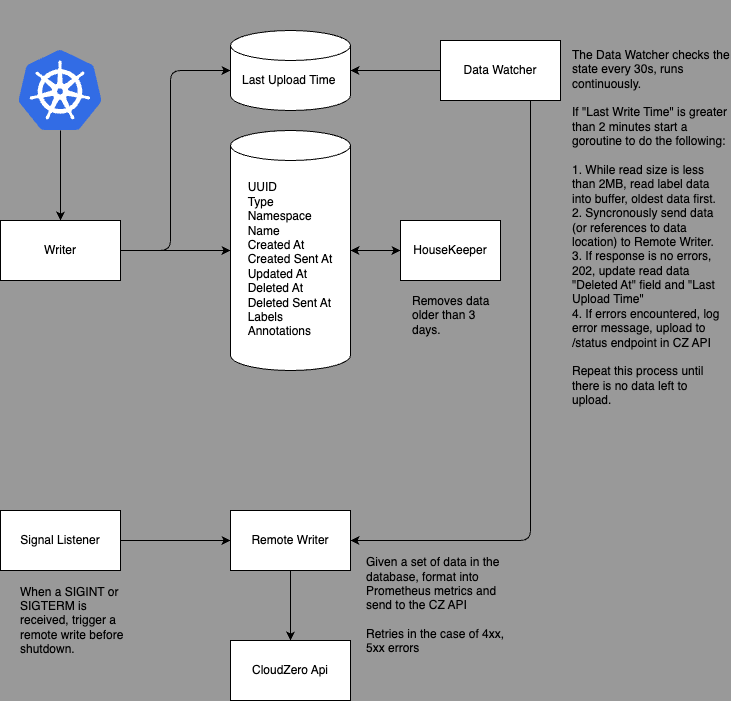
Before: docs/assets/internal-db.png, a diagram exported from draw.io (evan-cz/cloudzero-agent). Source tidied: cells renumbered, new cells last; positions are measured from the earlier drawing's top-left corner, leaving out a move shared by most shapes. Source of this version:
```xml
<mxGraphModel background="#999999">
  <root>
    <mxCell id="0" />
    <mxCell id="1" parent="0" />
    <mxCell id="2" style="edgeStyle=none;html=1;exitX=1;exitY=0.5;exitDx=0;exitDy=0;entryX=0;entryY=0.5;entryDx=0;entryDy=0;entryPerimeter=0;" parent="1" edge="1" source="4" target="8">
      <mxGeometry relative="1" as="geometry" />
    </mxCell>
    <mxCell id="3" style="edgeStyle=none;html=1;entryX=0;entryY=0.5;entryDx=0;entryDy=0;entryPerimeter=0;" parent="1" edge="1" target="20">
      <mxGeometry relative="1" as="geometry">
        <mxPoint x="120" y="250" as="sourcePoint" />
        <Array as="points">
          <mxPoint x="170" y="250" />
          <mxPoint x="170" y="70" />
        </Array>
      </mxGeometry>
    </mxCell>
    <mxCell id="4" value="Writer" style="rounded=0;whiteSpace=wrap;html=1;" parent="1" vertex="1">
      <mxGeometry y="220" width="120" height="60" as="geometry" />
    </mxCell>
    <mxCell id="5" style="edgeStyle=none;html=1;" parent="1" edge="1" source="6">
      <mxGeometry relative="1" as="geometry">
        <mxPoint x="60" y="220" as="targetPoint" />
      </mxGeometry>
    </mxCell>
    <mxCell id="6" style="sketch=0;html=1;points=[];align=center;image;fontSize=12;image=img/lib/mscae/Kubernetes.svg;" parent="1" vertex="1">
      <mxGeometry x="18.3" y="50" width="83.3" height="80" as="geometry" />
    </mxCell>
    <mxCell id="7" style="group;" parent="1" vertex="1">
      <mxGeometry x="230" y="130" width="120" height="290" as="geometry" />
    </mxCell>
    <mxCell id="8" style="shape=cylinder3;whiteSpace=wrap;html=1;boundedLbl=1;backgroundOutline=1;size=15;" parent="7" vertex="1">
      <mxGeometry width="120" height="240" as="geometry" />
    </mxCell>
    <mxCell id="9" value="&lt;br&gt;&lt;div style=&quot;text-align: justify;&quot;&gt;&lt;span style=&quot;background-color: initial;&quot;&gt;UUID&lt;/span&gt;&lt;/div&gt;&lt;div style=&quot;text-align: justify;&quot;&gt;&lt;span style=&quot;background-color: initial;&quot;&gt;Type&lt;/span&gt;&lt;/div&gt;&lt;div style=&quot;text-align: justify;&quot;&gt;&lt;span style=&quot;background-color: initial;&quot;&gt;Namespace&lt;/span&gt;&lt;/div&gt;&lt;div style=&quot;text-align: justify;&quot;&gt;&lt;span style=&quot;background-color: initial;&quot;&gt;Name&lt;/span&gt;&lt;/div&gt;&lt;div style=&quot;text-align: justify;&quot;&gt;&lt;span style=&quot;background-color: initial;&quot;&gt;Created At&lt;/span&gt;&lt;/div&gt;&lt;div style=&quot;text-align: justify;&quot;&gt;&lt;span style=&quot;background-color: initial;&quot;&gt;Created Sent At&lt;/span&gt;&lt;/div&gt;&lt;div style=&quot;text-align: justify;&quot;&gt;&lt;span style=&quot;background-color: initial;&quot;&gt;Updated At&lt;/span&gt;&lt;/div&gt;&lt;div style=&quot;text-align: justify;&quot;&gt;&lt;span style=&quot;background-color: initial;&quot;&gt;Deleted At&lt;/span&gt;&lt;/div&gt;&lt;div style=&quot;text-align: justify;&quot;&gt;&lt;span style=&quot;background-color: initial;&quot;&gt;Deleted Sent At&lt;/span&gt;&lt;/div&gt;&lt;div style=&quot;text-align: justify;&quot;&gt;&lt;span style=&quot;background-color: initial;&quot;&gt;Labels&lt;/span&gt;&lt;/div&gt;&lt;div style=&quot;text-align: justify;&quot;&gt;&lt;span style=&quot;background-color: initial;&quot;&gt;Annotations&lt;/span&gt;&lt;/div&gt;&lt;div style=&quot;text-align: justify;&quot;&gt;&lt;span style=&quot;background-color: initial;&quot;&gt;&lt;br&gt;&lt;/span&gt;&lt;/div&gt;&lt;div style=&quot;text-align: justify;&quot;&gt;&lt;span style=&quot;background-color: initial;&quot;&gt;&lt;br&gt;&lt;/span&gt;&lt;/div&gt;&lt;div style=&quot;text-align: justify;&quot;&gt;&lt;span style=&quot;background-color: initial;&quot;&gt;&lt;br&gt;&lt;/span&gt;&lt;/div&gt;&lt;div style=&quot;text-align: justify;&quot;&gt;&lt;span style=&quot;background-color: initial;&quot;&gt;&lt;br&gt;&lt;/span&gt;&lt;/div&gt;&lt;div style=&quot;text-align: justify;&quot;&gt;&lt;span style=&quot;background-color: initial;&quot;&gt;&lt;br&gt;&lt;/span&gt;&lt;/div&gt;&lt;div style=&quot;text-align: justify;&quot;&gt;&lt;span style=&quot;background-color: initial;&quot;&gt;&lt;br&gt;&lt;/span&gt;&lt;/div&gt;" style="text;html=1;strokeColor=none;fillColor=none;align=center;verticalAlign=middle;whiteSpace=wrap;rounded=0;" parent="7" vertex="1">
      <mxGeometry x="10" y="40" width="100" height="250" as="geometry" />
    </mxCell>
    <mxCell id="10" value="Remote Writer" style="rounded=0;whiteSpace=wrap;html=1;" parent="1" vertex="1">
      <mxGeometry x="230" y="510" width="120" height="60" as="geometry" />
    </mxCell>
    <mxCell id="11" style="endArrow=classic;html=1;exitX=0.5;exitY=1;exitDx=0;exitDy=0;" parent="1" edge="1" source="10" target="12">
      <mxGeometry relative="1" as="geometry" />
    </mxCell>
    <mxCell id="12" value="CloudZero Api" style="rounded=0;whiteSpace=wrap;html=1;" parent="1" vertex="1">
      <mxGeometry x="230" y="640" width="120" height="60" as="geometry" />
    </mxCell>
    <mxCell id="13" value="Signal Listener" style="rounded=0;whiteSpace=wrap;html=1;" parent="1" vertex="1">
      <mxGeometry y="510" width="120" height="60" as="geometry" />
    </mxCell>
    <mxCell id="14" style="endArrow=classic;html=1;exitX=1;exitY=0.5;exitDx=0;exitDy=0;entryX=0;entryY=0.5;entryDx=0;entryDy=0;" parent="1" edge="1" source="13" target="10">
      <mxGeometry relative="1" as="geometry" />
    </mxCell>
    <mxCell id="15" value="&lt;div style=&quot;text-align: left;&quot;&gt;&lt;span style=&quot;background-color: initial;&quot;&gt;Given a set of data in the database, format into Prometheus metrics and send to the CZ API&lt;/span&gt;&lt;/div&gt;&lt;div style=&quot;text-align: left;&quot;&gt;&lt;br&gt;&lt;/div&gt;&lt;div style=&quot;text-align: left;&quot;&gt;&lt;span style=&quot;background-color: initial;&quot;&gt;Retries in the case of 4xx, 5xx errors&lt;/span&gt;&lt;/div&gt;" style="text;html=1;strokeColor=none;fillColor=none;align=center;verticalAlign=middle;whiteSpace=wrap;rounded=0;" parent="1" vertex="1">
      <mxGeometry x="365" y="550" width="150" height="110" as="geometry" />
    </mxCell>
    <mxCell id="16" value="When a SIGINT or SIGTERM is received, trigger a remote write before shutdown.&amp;nbsp;" style="text;html=1;strokeColor=none;fillColor=none;align=left;verticalAlign=middle;whiteSpace=wrap;rounded=0;" parent="1" vertex="1">
      <mxGeometry x="18.3" y="580" width="111.7" height="80" as="geometry" />
    </mxCell>
    <mxCell id="17" style="edgeStyle=none;html=1;entryX=1;entryY=0.5;entryDx=0;entryDy=0;entryPerimeter=0;" parent="1" edge="1" source="19" target="20">
      <mxGeometry relative="1" as="geometry" />
    </mxCell>
    <mxCell id="18" style="edgeStyle=none;html=1;entryX=1;entryY=0.5;entryDx=0;entryDy=0;exitX=0.75;exitY=1;exitDx=0;exitDy=0;" parent="1" edge="1" source="19" target="10">
      <mxGeometry relative="1" as="geometry">
        <Array as="points">
          <mxPoint x="530" y="320" />
          <mxPoint x="530" y="540" />
        </Array>
      </mxGeometry>
    </mxCell>
    <mxCell id="19" value="Data Watcher" style="rounded=0;whiteSpace=wrap;html=1;" parent="1" vertex="1">
      <mxGeometry x="440" y="40" width="120" height="60" as="geometry" />
    </mxCell>
    <mxCell id="20" style="shape=cylinder3;whiteSpace=wrap;html=1;boundedLbl=1;backgroundOutline=1;size=15;align=left;" parent="1" vertex="1">
      <mxGeometry x="230" y="30" width="120" height="80" as="geometry" />
    </mxCell>
    <mxCell id="21" value="Last Upload Time" style="text;html=1;strokeColor=none;fillColor=none;align=left;verticalAlign=middle;whiteSpace=wrap;rounded=0;" parent="1" vertex="1">
      <mxGeometry x="240" y="65" width="100" height="30" as="geometry" />
    </mxCell>
    <mxCell id="22" value="&lt;br&gt;The Data Watcher checks the state every 30s, runs continuously.&lt;br&gt;&lt;br&gt;If &quot;Last Write Time&quot; is greater than 2 minutes start a goroutine to do the following:&lt;br&gt;&lt;br&gt;1. While read size is less than 2MB, read label data into buffer, oldest data first.&lt;br&gt;2. Syncronously send data (or references to data location) to Remote Writer.&lt;br&gt;3. If response is no errors, 202, update read data &quot;Deleted At&quot; field and &quot;Last Upload Time&quot;&lt;br&gt;4. If errors encountered, log error message, upload to /status endpoint in CZ API&lt;br&gt;&lt;br&gt;Repeat this process until there is no data left to upload." style="text;html=1;strokeColor=none;fillColor=none;align=left;verticalAlign=middle;whiteSpace=wrap;rounded=0;" parent="1" vertex="1">
      <mxGeometry x="570" width="160" height="440" as="geometry" />
    </mxCell>
    <mxCell id="23" value="HouseKeeper" style="rounded=0;whiteSpace=wrap;html=1;" parent="1" vertex="1">
      <mxGeometry x="400" y="220" width="100" height="60" as="geometry" />
    </mxCell>
    <mxCell id="24" style="endArrow=classic;startArrow=classic;html=1;entryX=0;entryY=0.5;entryDx=0;entryDy=0;exitX=1;exitY=0.5;exitDx=0;exitDy=0;exitPerimeter=0;" parent="1" edge="1" source="8" target="23">
      <mxGeometry relative="1" as="geometry" />
    </mxCell>
    <mxCell id="25" value="Removes data older than 3 days." style="text;html=1;strokeColor=none;fillColor=none;align=left;verticalAlign=middle;whiteSpace=wrap;rounded=0;" parent="1" vertex="1">
      <mxGeometry x="410" y="290" width="90" height="50" as="geometry" />
    </mxCell>
  </root>
</mxGraphModel>
```
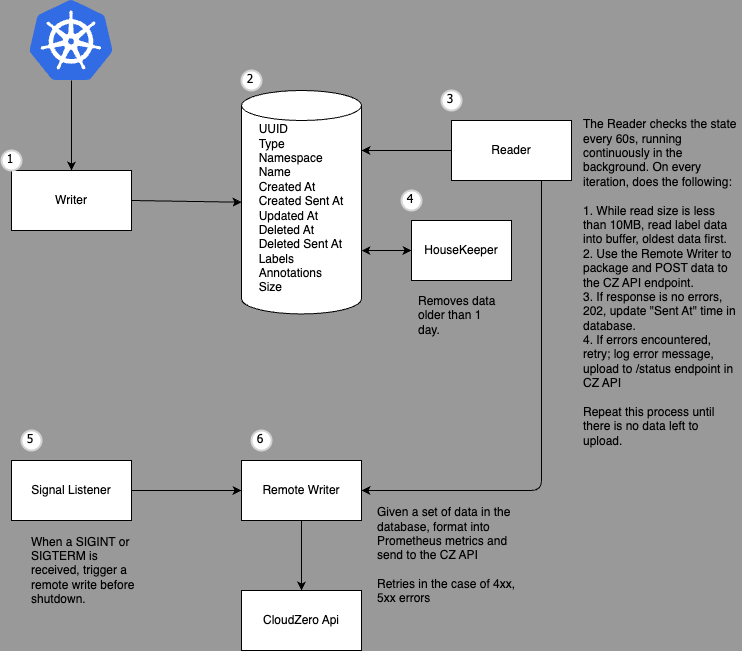
After the change.

What changed in the source:
```diff
@@ -5,15 +5,6 @@
     <mxCell id="2" style="edgeStyle=none;html=1;exitX=1;exitY=0.5;exitDx=0;exitDy=0;entryX=0;entryY=0.5;entryDx=0;entryDy=0;entryPerimeter=0;" parent="1" edge="1" source="4" target="8">
       <mxGeometry relative="1" as="geometry" />
     </mxCell>
-    <mxCell id="3" style="edgeStyle=none;html=1;entryX=0;entryY=0.5;entryDx=0;entryDy=0;entryPerimeter=0;" parent="1" edge="1" target="20">
-      <mxGeometry relative="1" as="geometry">
-        <mxPoint x="120" y="250" as="sourcePoint" />
-        <Array as="points">
-          <mxPoint x="170" y="250" />
-          <mxPoint x="170" y="70" />
-        </Array>
-      </mxGeometry>
-    </mxCell>
     <mxCell id="4" value="Writer" style="rounded=0;whiteSpace=wrap;html=1;" parent="1" vertex="1">
       <mxGeometry y="220" width="120" height="60" as="geometry" />
     </mxCell>
@@ -26,13 +17,13 @@
       <mxGeometry x="18.3" y="50" width="83.3" height="80" as="geometry" />
     </mxCell>
     <mxCell id="7" style="group;" parent="1" vertex="1">
-      <mxGeometry x="230" y="130" width="120" height="290" as="geometry" />
+      <mxGeometry x="230" y="140" width="120" height="270" as="geometry" />
     </mxCell>
     <mxCell id="8" style="shape=cylinder3;whiteSpace=wrap;html=1;boundedLbl=1;backgroundOutline=1;size=15;" parent="7" vertex="1">
-      <mxGeometry width="120" height="240" as="geometry" />
+      <mxGeometry width="120" height="223.4" as="geometry" />
     </mxCell>
-    <mxCell id="9" value="&lt;br&gt;&lt;div style=&quot;text-align: justify;&quot;&gt;&lt;span style=&quot;background-color: initial;&quot;&gt;UUID&lt;/span&gt;&lt;/div&gt;&lt;div style=&quot;text-align: justify;&quot;&gt;&lt;span style=&quot;background-color: initial;&quot;&gt;Type&lt;/span&gt;&lt;/div&gt;&lt;div style=&quot;text-align: justify;&quot;&gt;&lt;span style=&quot;background-color: initial;&quot;&gt;Namespace&lt;/span&gt;&lt;/div&gt;&lt;div style=&quot;text-align: justify;&quot;&gt;&lt;span style=&quot;background-color: initial;&quot;&gt;Name&lt;/span&gt;&lt;/div&gt;&lt;div style=&quot;text-align: justify;&quot;&gt;&lt;span style=&quot;background-color: initial;&quot;&gt;Created At&lt;/span&gt;&lt;/div&gt;&lt;div style=&quot;text-align: justify;&quot;&gt;&lt;span style=&quot;background-color: initial;&quot;&gt;Created Sent At&lt;/span&gt;&lt;/div&gt;&lt;div style=&quot;text-align: justify;&quot;&gt;&lt;span style=&quot;background-color: initial;&quot;&gt;Updated At&lt;/span&gt;&lt;/div&gt;&lt;div style=&quot;text-align: justify;&quot;&gt;&lt;span style=&quot;background-color: initial;&quot;&gt;Deleted At&lt;/span&gt;&lt;/div&gt;&lt;div style=&quot;text-align: justify;&quot;&gt;&lt;span style=&quot;background-color: initial;&quot;&gt;Deleted Sent At&lt;/span&gt;&lt;/div&gt;&lt;div style=&quot;text-align: justify;&quot;&gt;&lt;span style=&quot;background-color: initial;&quot;&gt;Labels&lt;/span&gt;&lt;/div&gt;&lt;div style=&quot;text-align: justify;&quot;&gt;&lt;span style=&quot;background-color: initial;&quot;&gt;Annotations&lt;/span&gt;&lt;/div&gt;&lt;div style=&quot;text-align: justify;&quot;&gt;&lt;span style=&quot;background-color: initial;&quot;&gt;&lt;br&gt;&lt;/span&gt;&lt;/div&gt;&lt;div style=&quot;text-align: justify;&quot;&gt;&lt;span style=&quot;background-color: initial;&quot;&gt;&lt;br&gt;&lt;/span&gt;&lt;/div&gt;&lt;div style=&quot;text-align: justify;&quot;&gt;&lt;span style=&quot;background-color: initial;&quot;&gt;&lt;br&gt;&lt;/span&gt;&lt;/div&gt;&lt;div style=&quot;text-align: justify;&quot;&gt;&lt;span style=&quot;background-color: initial;&quot;&gt;&lt;br&gt;&lt;/span&gt;&lt;/div&gt;&lt;div style=&quot;text-align: justify;&quot;&gt;&lt;span style=&quot;background-color: initial;&quot;&gt;&lt;br&gt;&lt;/span&gt;&lt;/div&gt;&lt;div style=&quot;text-align: justify;&quot;&gt;&lt;span style=&quot;background-color: initial;&quot;&gt;&lt;br&gt;&lt;/span&gt;&lt;/div&gt;" style="text;html=1;strokeColor=none;fillColor=none;align=center;verticalAlign=middle;whiteSpace=wrap;rounded=0;" parent="7" vertex="1">
-      <mxGeometry x="10" y="40" width="100" height="250" as="geometry" />
+    <mxCell id="9" value="&lt;br&gt;&lt;div style=&quot;text-align: justify;&quot;&gt;&lt;span style=&quot;background-color: initial;&quot;&gt;UUID&lt;/span&gt;&lt;/div&gt;&lt;div style=&quot;text-align: justify;&quot;&gt;&lt;span style=&quot;background-color: initial;&quot;&gt;Type&lt;/span&gt;&lt;/div&gt;&lt;div style=&quot;text-align: justify;&quot;&gt;&lt;span style=&quot;background-color: initial;&quot;&gt;Namespace&lt;/span&gt;&lt;/div&gt;&lt;div style=&quot;text-align: justify;&quot;&gt;&lt;span style=&quot;background-color: initial;&quot;&gt;Name&lt;/span&gt;&lt;/div&gt;&lt;div style=&quot;text-align: justify;&quot;&gt;&lt;span style=&quot;background-color: initial;&quot;&gt;Created At&lt;/span&gt;&lt;/div&gt;&lt;div style=&quot;text-align: justify;&quot;&gt;&lt;span style=&quot;background-color: initial;&quot;&gt;Created Sent At&lt;/span&gt;&lt;/div&gt;&lt;div style=&quot;text-align: justify;&quot;&gt;&lt;span style=&quot;background-color: initial;&quot;&gt;Updated At&lt;/span&gt;&lt;/div&gt;&lt;div style=&quot;text-align: justify;&quot;&gt;&lt;span style=&quot;background-color: initial;&quot;&gt;Deleted At&lt;/span&gt;&lt;/div&gt;&lt;div style=&quot;text-align: justify;&quot;&gt;&lt;span style=&quot;background-color: initial;&quot;&gt;Deleted Sent At&lt;/span&gt;&lt;/div&gt;&lt;div style=&quot;text-align: justify;&quot;&gt;&lt;span style=&quot;background-color: initial;&quot;&gt;Labels&lt;/span&gt;&lt;/div&gt;&lt;div style=&quot;text-align: justify;&quot;&gt;&lt;span style=&quot;background-color: initial;&quot;&gt;Annotations&lt;/span&gt;&lt;/div&gt;&lt;div style=&quot;text-align: justify;&quot;&gt;&lt;span style=&quot;background-color: initial;&quot;&gt;Size&lt;/span&gt;&lt;/div&gt;&lt;div style=&quot;text-align: justify;&quot;&gt;&lt;span style=&quot;background-color: initial;&quot;&gt;&lt;br&gt;&lt;/span&gt;&lt;/div&gt;&lt;div style=&quot;text-align: justify;&quot;&gt;&lt;span style=&quot;background-color: initial;&quot;&gt;&lt;br&gt;&lt;/span&gt;&lt;/div&gt;&lt;div style=&quot;text-align: justify;&quot;&gt;&lt;span style=&quot;background-color: initial;&quot;&gt;&lt;br&gt;&lt;/span&gt;&lt;/div&gt;&lt;div style=&quot;text-align: justify;&quot;&gt;&lt;span style=&quot;background-color: initial;&quot;&gt;&lt;br&gt;&lt;/span&gt;&lt;/div&gt;&lt;div style=&quot;text-align: justify;&quot;&gt;&lt;span style=&quot;background-color: initial;&quot;&gt;&lt;br&gt;&lt;/span&gt;&lt;/div&gt;&lt;div style=&quot;text-align: justify;&quot;&gt;&lt;span style=&quot;background-color: initial;&quot;&gt;&lt;br&gt;&lt;/span&gt;&lt;/div&gt;" style="text;html=1;strokeColor=none;fillColor=none;align=center;verticalAlign=middle;whiteSpace=wrap;rounded=0;" parent="7" vertex="1">
+      <mxGeometry x="10" y="37.2" width="100" height="232.8" as="geometry" />
     </mxCell>
     <mxCell id="10" value="Remote Writer" style="rounded=0;whiteSpace=wrap;html=1;" parent="1" vertex="1">
       <mxGeometry x="230" y="510" width="120" height="60" as="geometry" />
@@ -55,9 +46,6 @@
     <mxCell id="16" value="When a SIGINT or SIGTERM is received, trigger a remote write before shutdown.&amp;nbsp;" style="text;html=1;strokeColor=none;fillColor=none;align=left;verticalAlign=middle;whiteSpace=wrap;rounded=0;" parent="1" vertex="1">
       <mxGeometry x="18.3" y="580" width="111.7" height="80" as="geometry" />
     </mxCell>
-    <mxCell id="17" style="edgeStyle=none;html=1;entryX=1;entryY=0.5;entryDx=0;entryDy=0;entryPerimeter=0;" parent="1" edge="1" source="19" target="20">
-      <mxGeometry relative="1" as="geometry" />
-    </mxCell>
     <mxCell id="18" style="edgeStyle=none;html=1;entryX=1;entryY=0.5;entryDx=0;entryDy=0;exitX=0.75;exitY=1;exitDx=0;exitDy=0;" parent="1" edge="1" source="19" target="10">
       <mxGeometry relative="1" as="geometry">
         <Array as="points">
@@ -66,26 +54,43 @@
         </Array>
       </mxGeometry>
     </mxCell>
-    <mxCell id="19" value="Data Watcher" style="rounded=0;whiteSpace=wrap;html=1;" parent="1" vertex="1">
-      <mxGeometry x="440" y="40" width="120" height="60" as="geometry" />
+    <mxCell id="19" value="Reader" style="rounded=0;whiteSpace=wrap;html=1;" parent="1" vertex="1">
+      <mxGeometry x="440" y="170" width="120" height="60" as="geometry" />
     </mxCell>
-    <mxCell id="20" style="shape=cylinder3;whiteSpace=wrap;html=1;boundedLbl=1;backgroundOutline=1;size=15;align=left;" parent="1" vertex="1">
-      <mxGeometry x="230" y="30" width="120" height="80" as="geometry" />
-    </mxCell>
-    <mxCell id="21" value="Last Upload Time" style="text;html=1;strokeColor=none;fillColor=none;align=left;verticalAlign=middle;whiteSpace=wrap;rounded=0;" parent="1" vertex="1">
-      <mxGeometry x="240" y="65" width="100" height="30" as="geometry" />
-    </mxCell>
-    <mxCell id="22" value="&lt;br&gt;The Data Watcher checks the state every 30s, runs continuously.&lt;br&gt;&lt;br&gt;If &quot;Last Write Time&quot; is greater than 2 minutes start a goroutine to do the following:&lt;br&gt;&lt;br&gt;1. While read size is less than 2MB, read label data into buffer, oldest data first.&lt;br&gt;2. Syncronously send data (or references to data location) to Remote Writer.&lt;br&gt;3. If response is no errors, 202, update read data &quot;Deleted At&quot; field and &quot;Last Upload Time&quot;&lt;br&gt;4. If errors encountered, log error message, upload to /status endpoint in CZ API&lt;br&gt;&lt;br&gt;Repeat this process until there is no data left to upload." style="text;html=1;strokeColor=none;fillColor=none;align=left;verticalAlign=middle;whiteSpace=wrap;rounded=0;" parent="1" vertex="1">
-      <mxGeometry x="570" width="160" height="440" as="geometry" />
+    <mxCell id="22" value="&lt;br&gt;The Reader checks the state every 60s, running continuously in the background. On every iteration, does the following:&lt;br&gt;&lt;br&gt;1. While read size is less than 10MB, read label data into buffer, oldest data first.&lt;br&gt;2. Use the Remote Writer to package and POST data to the CZ API endpoint.&lt;br&gt;3. If response is no errors, 202, update &quot;Sent At&quot; time in database.&lt;br&gt;4. If errors encountered, retry; log error message, upload to /status endpoint in CZ API&lt;br&gt;&lt;br&gt;Repeat this process until there is no data left to upload." style="text;html=1;strokeColor=none;fillColor=none;align=left;verticalAlign=middle;whiteSpace=wrap;rounded=0;" parent="1" vertex="1">
+      <mxGeometry x="570" y="130" width="160" height="390" as="geometry" />
     </mxCell>
     <mxCell id="23" value="HouseKeeper" style="rounded=0;whiteSpace=wrap;html=1;" parent="1" vertex="1">
-      <mxGeometry x="400" y="220" width="100" height="60" as="geometry" />
+      <mxGeometry x="400" y="270" width="100" height="60" as="geometry" />
     </mxCell>
+    <mxCell id="25" value="Removes data older than 1 day." style="text;html=1;strokeColor=none;fillColor=none;align=left;verticalAlign=middle;whiteSpace=wrap;rounded=0;" parent="1" vertex="1">
+      <mxGeometry x="405" y="340" width="90" height="50" as="geometry" />
+    </mxCell>
-    <mxCell id="24" style="endArrow=classic;startArrow=classic;html=1;entryX=0;entryY=0.5;entryDx=0;entryDy=0;exitX=1;exitY=0.5;exitDx=0;exitDy=0;exitPerimeter=0;" parent="1" edge="1" source="8" target="23">
+    <mxCell id="24" style="endArrow=classic;startArrow=classic;html=1;strokeColor=default;entryX=0;entryY=0.5;entryDx=0;entryDy=0;exitX=1;exitY=0;exitDx=0;exitDy=160.08620689655172;exitPerimeter=0;" parent="1" edge="1" source="8" target="23">
       <mxGeometry relative="1" as="geometry" />
     </mxCell>
-    <mxCell id="25" value="Removes data older than 3 days." style="text;html=1;strokeColor=none;fillColor=none;align=left;verticalAlign=middle;whiteSpace=wrap;rounded=0;" parent="1" vertex="1">
-      <mxGeometry x="410" y="290" width="90" height="50" as="geometry" />
-    </mxCell>
+    <mxCell id="26" value="1" style="ellipse;whiteSpace=wrap;html=1;strokeWidth=2;fontFamily=Tahoma;spacingBottom=4;spacingRight=2;strokeColor=#d3d3d3;" parent="1" vertex="1">
+      <mxGeometry x="-10" y="200" width="20" height="20" as="geometry" />
+    </mxCell>
+    <mxCell id="27" value="2" style="ellipse;whiteSpace=wrap;html=1;strokeWidth=2;fontFamily=Tahoma;spacingBottom=4;spacingRight=2;strokeColor=#d3d3d3;" parent="1" vertex="1">
+      <mxGeometry x="230" y="120" width="20" height="20" as="geometry" />
+    </mxCell>
+    <mxCell id="28" value="3" style="ellipse;whiteSpace=wrap;html=1;strokeWidth=2;fontFamily=Tahoma;spacingBottom=4;spacingRight=2;strokeColor=#d3d3d3;" parent="1" vertex="1">
+      <mxGeometry x="430" y="140" width="20" height="20" as="geometry" />
+    </mxCell>
+    <mxCell id="29" value="4" style="ellipse;whiteSpace=wrap;html=1;strokeWidth=2;fontFamily=Tahoma;spacingBottom=4;spacingRight=2;strokeColor=#d3d3d3;" parent="1" vertex="1">
+      <mxGeometry x="390" y="240" width="20" height="20" as="geometry" />
+    </mxCell>
+    <mxCell id="30" value="5" style="ellipse;whiteSpace=wrap;html=1;strokeWidth=2;fontFamily=Tahoma;spacingBottom=4;spacingRight=2;strokeColor=#d3d3d3;" parent="1" vertex="1">
+      <mxGeometry x="10" y="480" width="20" height="20" as="geometry" />
+    </mxCell>
+    <mxCell id="31" value="6" style="ellipse;whiteSpace=wrap;html=1;strokeWidth=2;fontFamily=Tahoma;spacingBottom=4;spacingRight=2;strokeColor=#d3d3d3;" parent="1" vertex="1">
+      <mxGeometry x="240" y="480" width="20" height="20" as="geometry" />
+    </mxCell>
+    <mxCell id="32" style="endArrow=classic;html=1;strokeColor=default;exitX=0;exitY=0.5;exitDx=0;exitDy=0;" parent="1" edge="1" source="19">
+      <mxGeometry relative="1" as="geometry">
+        <mxPoint x="350" y="200" as="targetPoint" />
+      </mxGeometry>
+    </mxCell>
   </root>
 </mxGraphModel>
```
